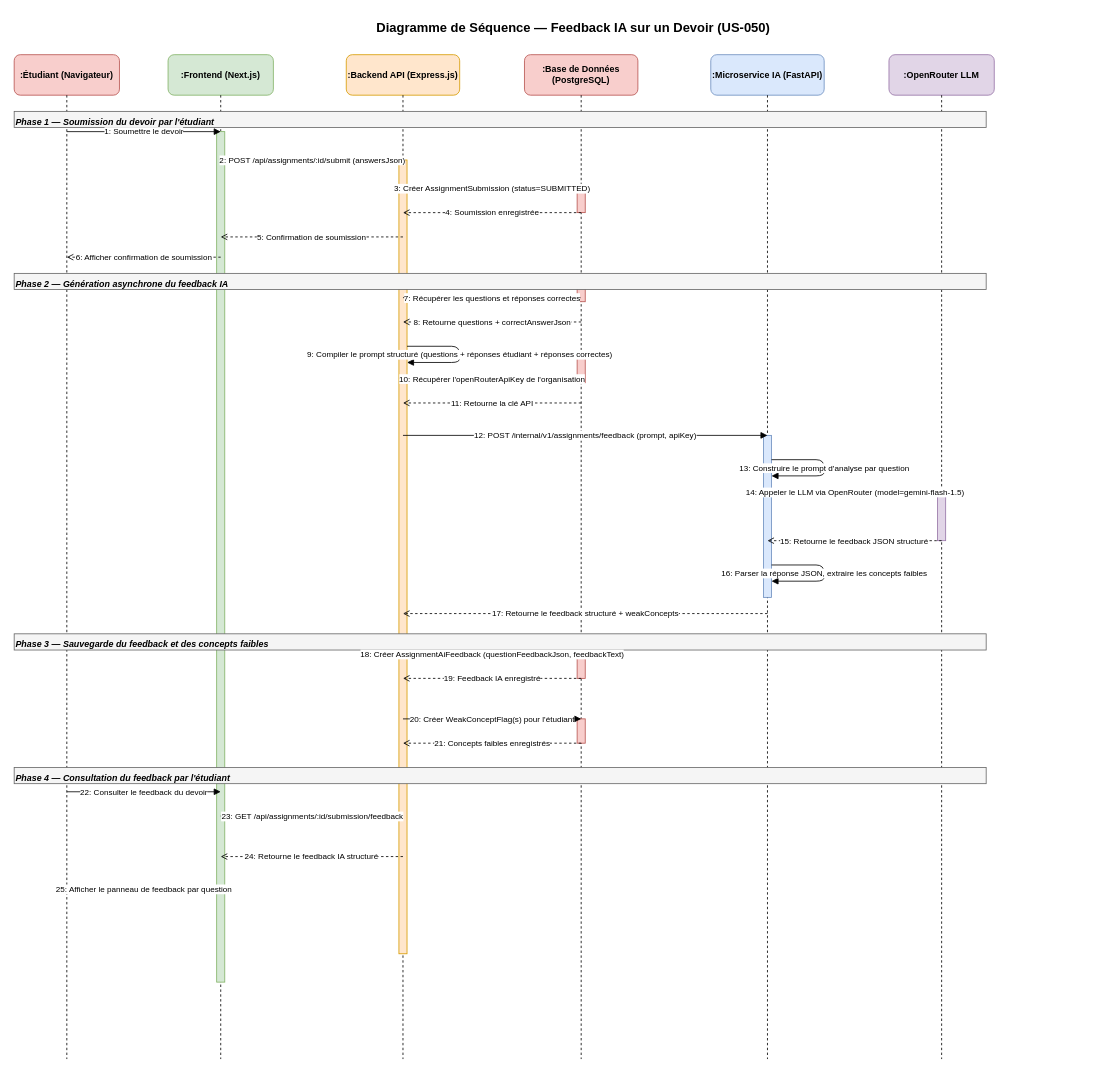
Before: docs/diagrams/seq_ai_assignment_feedback.drawio in ahmedhdhd/pfe_project, a draw.io diagram. Source tidied: cells renumbered, new cells numbered last; positions are measured from the earlier drawing's top-left corner, leaving out a move shared by most shapes. Both pictures are drawn from the tidied source at 81%, with x=0, y=0 at pixel (14, 14).
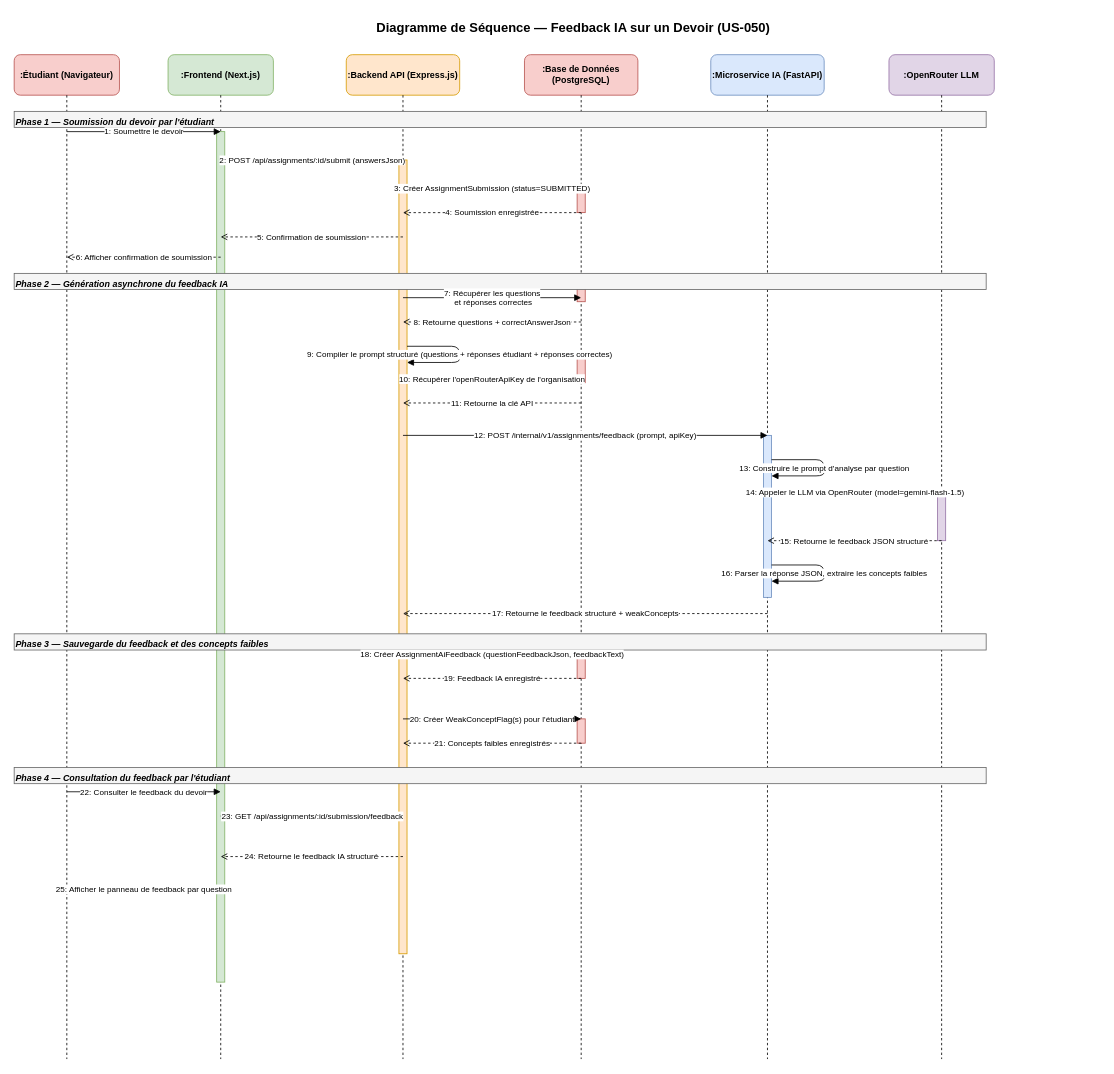
The same diagram, later.

Diff of the diagram source:
```diff
@@
-    <mxCell id="32" value="7: Récupérer les questions et réponses correctes" style="html=1;endArrow=block;endFill=1;fontSize=10;" parent="1" edge="1">
+    <mxCell id="32" value="7: Récupérer les questions&lt;div&gt;&amp;nbsp;et réponses correctes&lt;/div&gt;" style="html=1;endArrow=block;endFill=1;fontSize=10;" parent="1" edge="1">
       <mxGeometry relative="1" as="geometry">
         <mxPoint x="480" y="350" as="sourcePoint" />
         <mxPoint x="700" y="350" as="targetPoint" />
       </mxGeometry>
     </mxCell>
```
